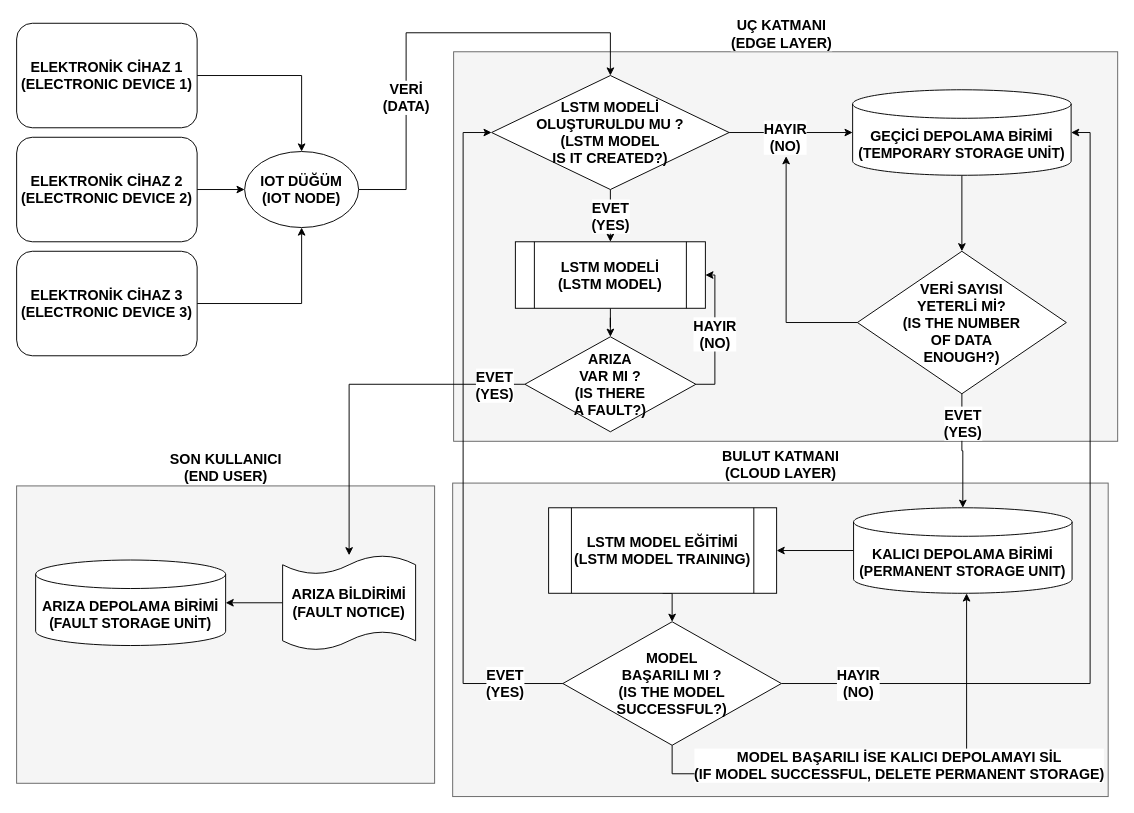
Above: Untitled Diagram.drawio in mertkslkc/anomaly-detection (draw.io), before the change. Source tidied: cells renumbered, new cells numbered last; positions are measured from the earlier drawing's top-left corner, leaving out a move shared by most shapes. Both pictures are drawn from the tidied source at 95%, with x=0, y=0 at pixel (16, 23).
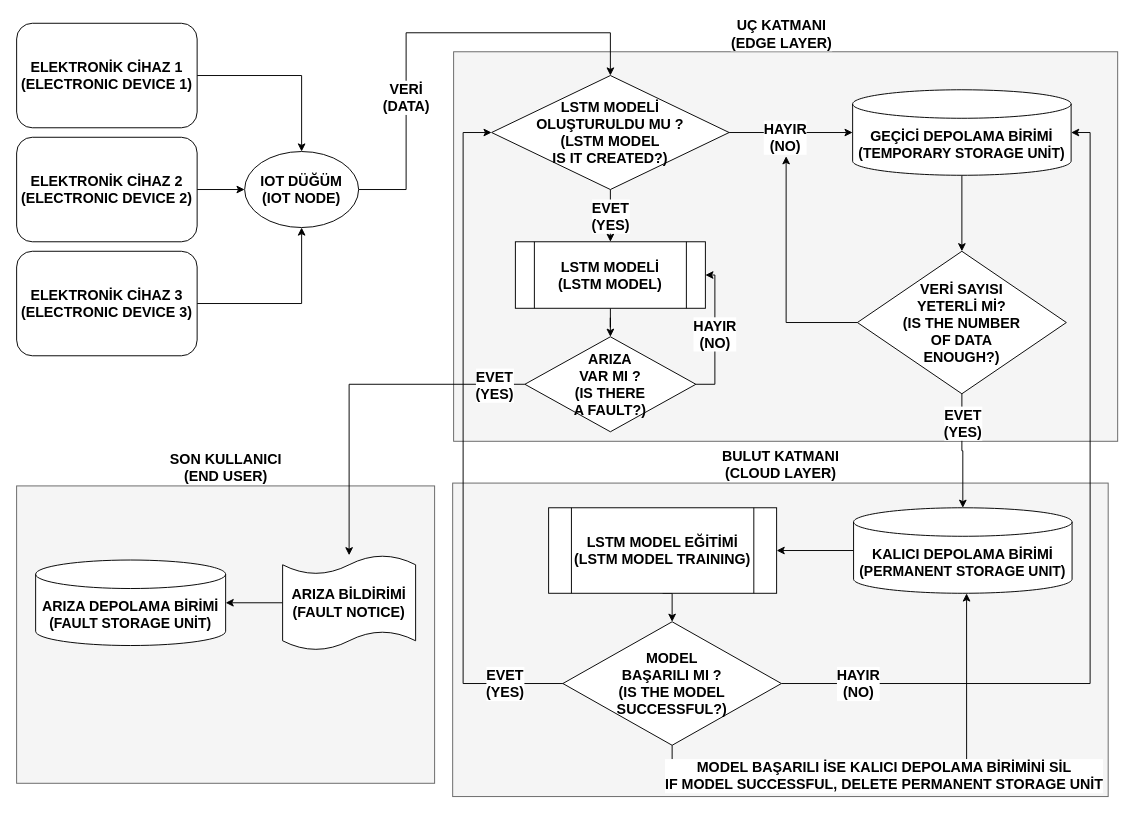
After the change.

Unchanged cells that the change refers to:
```xml
<mxCell id="29" style="edgeStyle=orthogonalEdgeStyle;rounded=0;jettySize=auto;html=1;entryX=0.784;entryY=0.352;entryDx=0;entryDy=0;entryPerimeter=0;fontFamily=Helvetica;fontSize=15;" parent="1" edge="1" source="31" target="2">
  <mxGeometry relative="1" as="geometry">
    <Array as="points">
      <mxPoint x="690" y="790" />
      <mxPoint x="1000" y="790" />
    </Array>
  </mxGeometry>
</mxCell>
```

What changed in the source:
```diff
@@
-    <mxCell id="30" value="&lt;b&gt;MODEL BAŞARILI İSE KALICI DEPOLAMAYI SİL&lt;br&gt;(IF MODEL SUCCESSFUL, DELETE PERMANENT STORAGE)&lt;/b&gt;" style="edgeLabel;html=1;align=center;verticalAlign=middle;fontSize=15;fontFamily=Helvetica;" parent="29" vertex="1">
+    <mxCell id="30" value="&lt;b&gt;MODEL BAŞARILI İSE KALICI DEPOLAMA BİRİMİNİ SİL&lt;/b&gt;&lt;br&gt;&lt;b&gt;IF MODEL SUCCESSFUL, DELETE PERMANENT STORAGE UNİT&lt;/b&gt;" style="edgeLabel;html=1;align=center;verticalAlign=middle;fontSize=15;fontFamily=Helvetica;" parent="29" vertex="1">
       <mxGeometry x="-0.38" y="-1" relative="1" as="geometry">
-        <mxPoint x="104" y="-11" as="offset" />
+        <mxPoint x="88" as="offset" />
       </mxGeometry>
     </mxCell>
```
